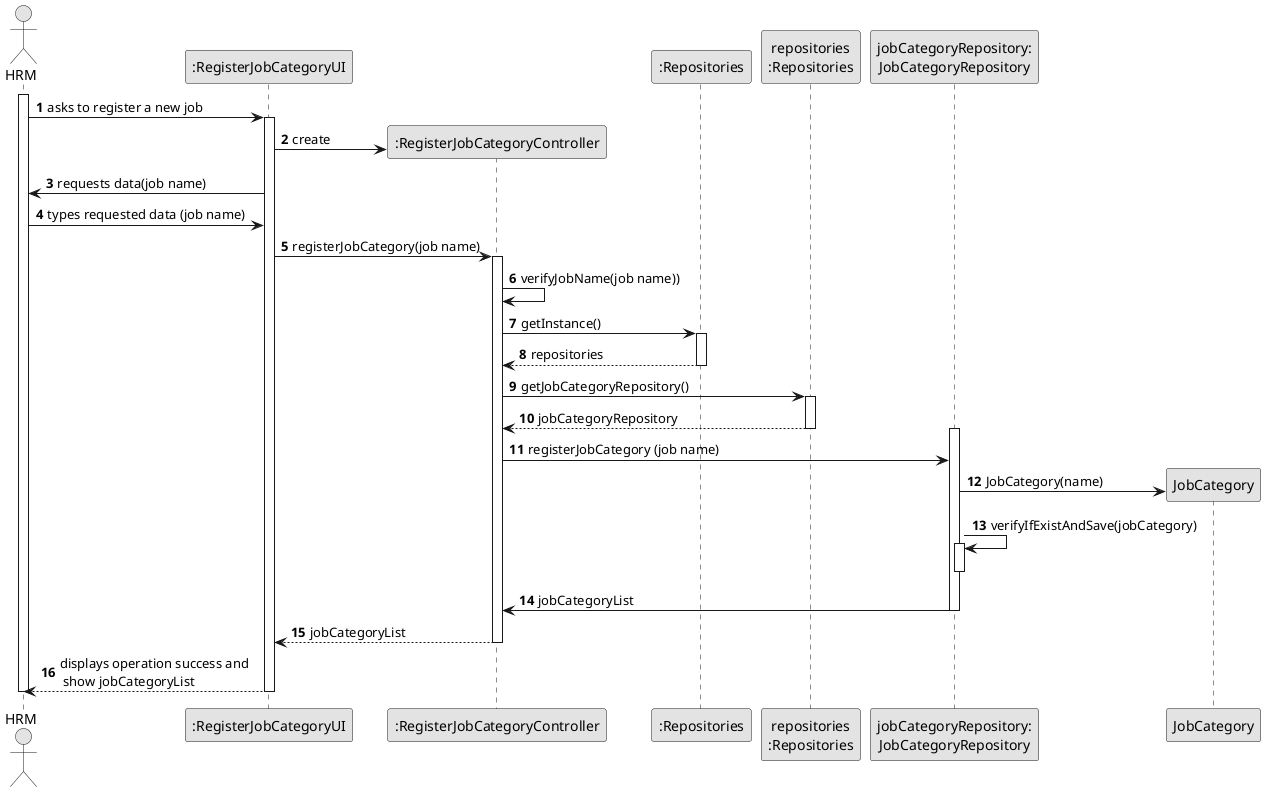
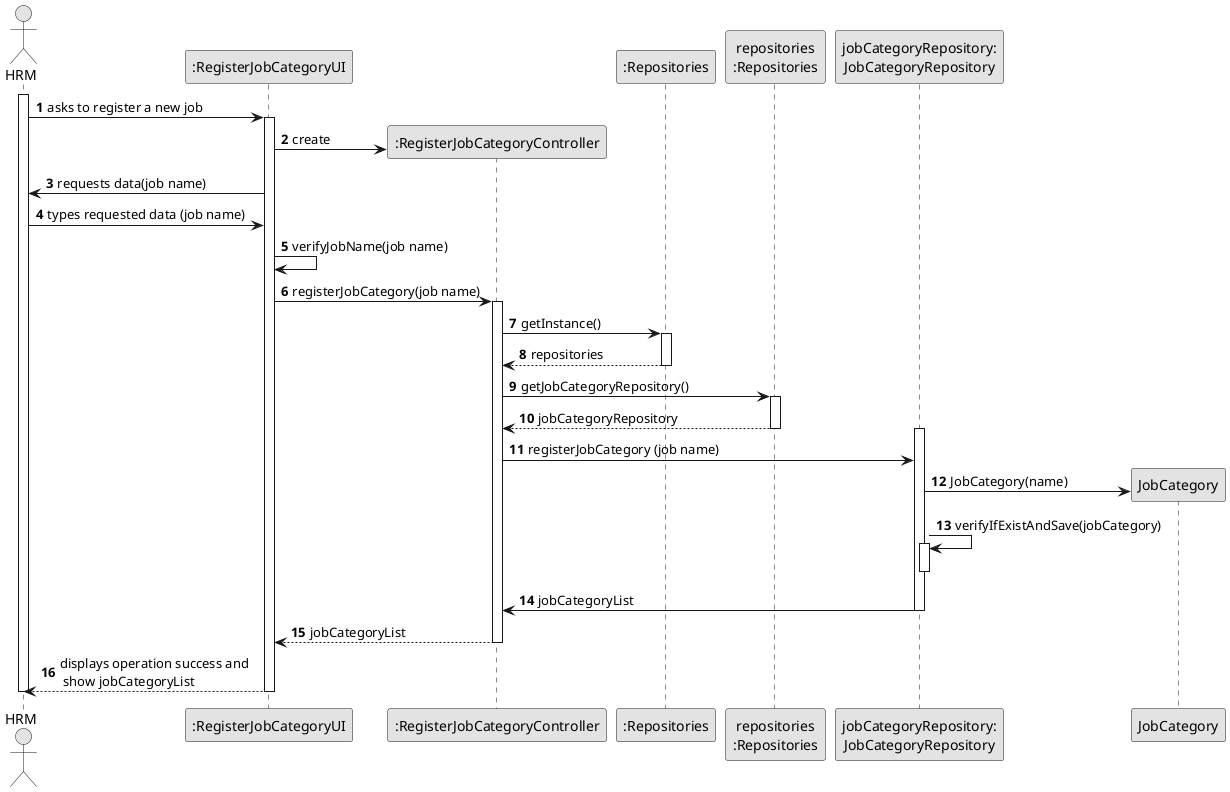
@startuml
skinparam monochrome true
skinparam packageStyle rectangle
skinparam shadowing false

autonumber

'hide footbox
actor "HRM" as HRM
participant ":RegisterJobCategoryUI" as UI
participant ":RegisterJobCategoryController" as CTRL
participant ":Repositories" as RepositorySingleton
participant "repositories\n:Repositories" as PLAT
participant "jobCategoryRepository:\nJobCategoryRepository" as JobCategoryRepository


activate HRM

        HRM -> UI : asks to register a new job

        activate UI

'            UI --> HRM : requests data (reference, description,  informal \n description, technical description, duration, cost)
            'create CTRL
            UI -> CTRL** : create

         UI -> HRM : requests data(job name)
         HRM -> UI : types requested data (job name)
+          UI -> UI : verifyJobName(job name)

            UI -> CTRL : registerJobCategory(job name)
- 
            activate CTRL
-             CTRL -> CTRL : verifyJobName(job name))
- 

                CTRL -> RepositorySingleton : getInstance()
                activate RepositorySingleton

                    RepositorySingleton --> CTRL: repositories
                deactivate RepositorySingleton

                CTRL -> PLAT : getJobCategoryRepository()
                activate PLAT

                    PLAT --> CTRL: jobCategoryRepository
                deactivate PLAT


                activate JobCategoryRepository


                    CTRL -> JobCategoryRepository : registerJobCategory (job name)
                    JobCategoryRepository -> JobCategory** : JobCategory(name)

                    JobCategoryRepository -> JobCategoryRepository : verifyIfExistAndSave(jobCategory)
                    activate JobCategoryRepository

                deactivate JobCategoryRepository

                JobCategoryRepository -> CTRL : jobCategoryList
                deactivate JobCategoryRepository

                CTRL --> UI : jobCategoryList
            deactivate CTRL


            UI --> HRM : displays operation success and \n show jobCategoryList
    deactivate UI

deactivate HRM

@enduml